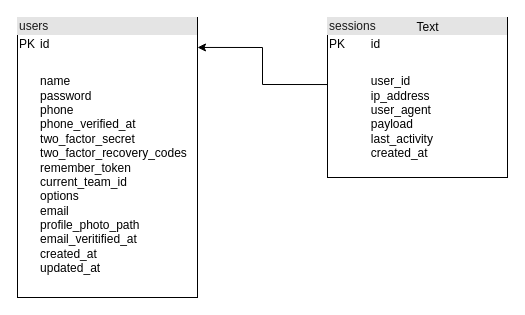
The draw.io diagram page "users" (1 of 5) of diagrams.dio in Mdhesari/devicechi, before the edit. Source tidied: cells renumbered, new cells numbered last; positions are measured from the earlier drawing's top-left corner, leaving out a move shared by most shapes. Both pictures are drawn from the tidied source at 100%, with x=0, y=0 at pixel (17, 17).
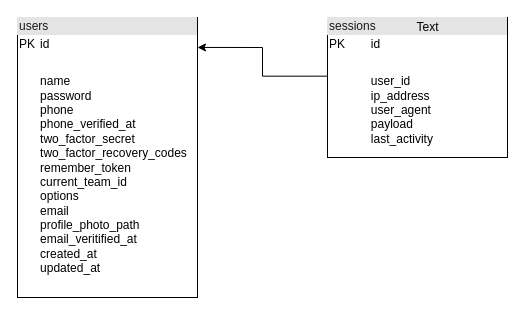
The same diagram, later.

What changed in the source:
```diff
@@
 <mxGraphModel>
   <root>
     <mxCell id="0" />
     <mxCell id="1" parent="0" />
     <mxCell id="2" value="&lt;div style=&quot;box-sizing: border-box ; width: 100% ; background: #e4e4e4 ; padding: 2px&quot;&gt;&lt;font color=&quot;#1a1a1a&quot;&gt;users&lt;/font&gt;&lt;/div&gt;&lt;table style=&quot;width: 100% ; font-size: 1em&quot; cellpadding=&quot;2&quot; cellspacing=&quot;0&quot;&gt;&lt;tbody&gt;&lt;tr&gt;&lt;td&gt;PK&lt;/td&gt;&lt;td&gt;id&lt;/td&gt;&lt;/tr&gt;&lt;tr&gt;&lt;td&gt;&lt;br&gt;&lt;/td&gt;&lt;td&gt;&lt;br&gt;&lt;/td&gt;&lt;/tr&gt;&lt;tr&gt;&lt;td&gt;&lt;/td&gt;&lt;td&gt;name&lt;br&gt;password&lt;br&gt;phone&lt;br&gt;phone_verified_at&lt;br&gt;two_factor_secret&lt;br&gt;two_factor_recovery_codes&lt;br&gt;remember_token&lt;br&gt;current_team_id&lt;br&gt;options&lt;br&gt;email&lt;br&gt;profile_photo_path&lt;br&gt;email_veritified_at&lt;br&gt;created_at&lt;br&gt;updated_at&lt;/td&gt;&lt;/tr&gt;&lt;/tbody&gt;&lt;/table&gt;" style="verticalAlign=top;align=left;overflow=fill;html=1;" parent="1" vertex="1">
       <mxGeometry width="180" height="280" as="geometry" />
     </mxCell>
     <mxCell id="3" style="edgeStyle=orthogonalEdgeStyle;rounded=0;jettySize=auto;html=1;entryX=1;entryY=0.107;entryDx=0;entryDy=0;entryPerimeter=0;exitX=0.003;exitY=0.419;exitDx=0;exitDy=0;exitPerimeter=0;" parent="1" edge="1" source="4" target="2">
       <mxGeometry relative="1" as="geometry" />
     </mxCell>
-    <mxCell id="4" value="&lt;div style=&quot;box-sizing: border-box ; width: 100% ; background: #e4e4e4 ; padding: 2px&quot;&gt;&lt;font color=&quot;#1a1a1a&quot;&gt;sessions&lt;/font&gt;&lt;/div&gt;&lt;table style=&quot;width: 100% ; font-size: 1em&quot; cellpadding=&quot;2&quot; cellspacing=&quot;0&quot;&gt;&lt;tbody&gt;&lt;tr&gt;&lt;td&gt;PK&lt;/td&gt;&lt;td&gt;id&lt;/td&gt;&lt;/tr&gt;&lt;tr&gt;&lt;td&gt;&lt;br&gt;&lt;/td&gt;&lt;td&gt;&lt;br&gt;&lt;/td&gt;&lt;/tr&gt;&lt;tr&gt;&lt;td&gt;&lt;/td&gt;&lt;td&gt;user_id&lt;br&gt;ip_address&lt;br&gt;user_agent&lt;br&gt;payload&lt;br&gt;last_activity&lt;br&gt;created_at&lt;/td&gt;&lt;/tr&gt;&lt;/tbody&gt;&lt;/table&gt;" style="verticalAlign=top;align=left;overflow=fill;html=1;" parent="1" vertex="1">
-      <mxGeometry x="310" width="180" height="160" as="geometry" />
+    <mxCell id="4" value="&lt;div style=&quot;box-sizing: border-box ; width: 100% ; background: #e4e4e4 ; padding: 2px&quot;&gt;&lt;font color=&quot;#1a1a1a&quot;&gt;sessions&lt;/font&gt;&lt;/div&gt;&lt;table style=&quot;width: 100% ; font-size: 1em&quot; cellpadding=&quot;2&quot; cellspacing=&quot;0&quot;&gt;&lt;tbody&gt;&lt;tr&gt;&lt;td&gt;PK&lt;/td&gt;&lt;td&gt;id&lt;/td&gt;&lt;/tr&gt;&lt;tr&gt;&lt;td&gt;&lt;br&gt;&lt;/td&gt;&lt;td&gt;&lt;br&gt;&lt;/td&gt;&lt;/tr&gt;&lt;tr&gt;&lt;td&gt;&lt;/td&gt;&lt;td&gt;user_id&lt;br&gt;ip_address&lt;br&gt;user_agent&lt;br&gt;payload&lt;br&gt;last_activity&lt;br&gt;&lt;/td&gt;&lt;/tr&gt;&lt;/tbody&gt;&lt;/table&gt;" style="verticalAlign=top;align=left;overflow=fill;html=1;" parent="1" vertex="1">
+      <mxGeometry x="310" width="180" height="140" as="geometry" />
     </mxCell>
     <mxCell id="5" value="Text" style="text;html=1;align=center;verticalAlign=middle;" parent="1" vertex="1">
       <mxGeometry x="390" width="40" height="20" as="geometry" />
     </mxCell>
   </root>
 </mxGraphModel>
```
